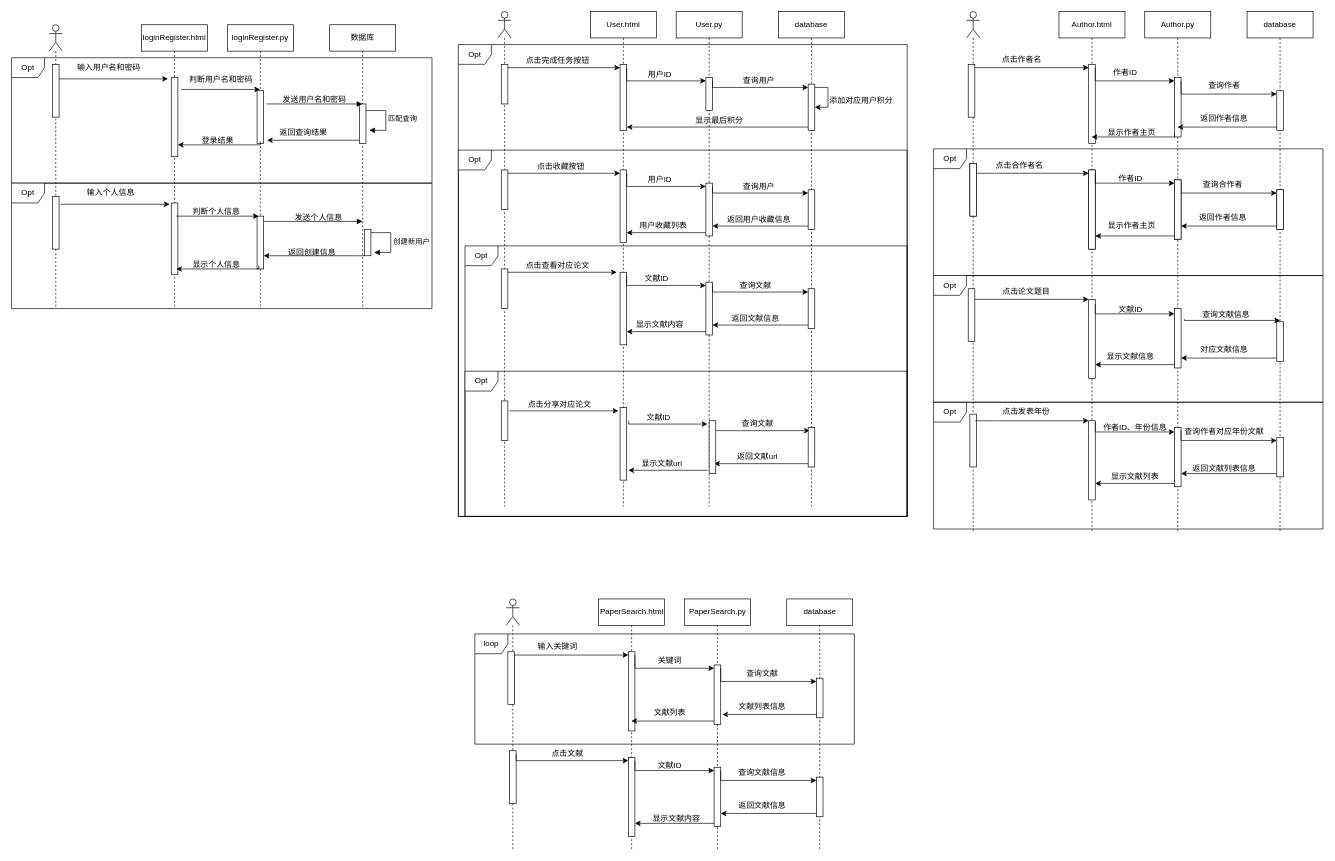
The draw.io diagram 未命名绘图.drawio in yearnallover/step_into_chatgpt, before the edit. Source tidied: cells renumbered, new cells numbered last; positions are measured from the earlier drawing's top-left corner, leaving out a move shared by most shapes. Both pictures are drawn from the tidied source at 66%, with x=0, y=0 at pixel (11, 11).
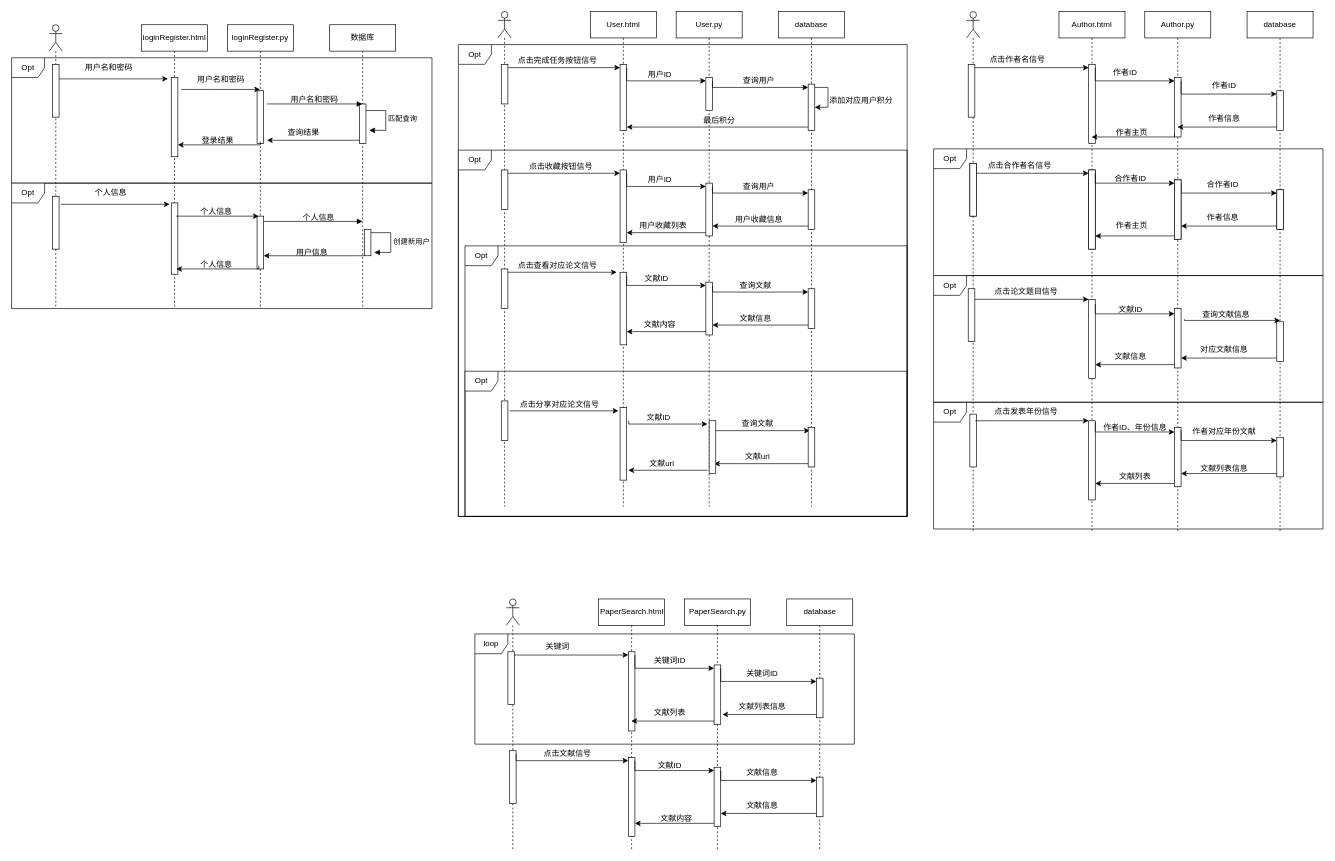
The same page after the edit.

Commit message (it also covers changes not shown here):
更新未命名绘图.drawio

The change refers to these unchanged cells:
```xml
<mxCell id="54" value="Opt" style="shape=umlFrame;whiteSpace=wrap;html=1;width=50;" parent="1" vertex="1">
  <mxGeometry x="677" y="50" width="680" height="715" as="geometry" />
</mxCell>
<mxCell id="55" value="Opt" style="shape=umlFrame;whiteSpace=wrap;html=1;width=50;" parent="54" vertex="1">
  <mxGeometry y="160" width="680" height="555" as="geometry" />
</mxCell>
<mxCell id="67" value="Opt" style="shape=umlFrame;whiteSpace=wrap;html=1;width=50;" parent="55" vertex="1">
  <mxGeometry x="10" y="145" width="670" height="410" as="geometry" />
</mxCell>
<mxCell id="68" value="Opt" style="shape=umlFrame;whiteSpace=wrap;html=1;width=50;" parent="67" vertex="1">
  <mxGeometry y="190" width="670" height="220" as="geometry" />
</mxCell>
<mxCell id="139" value="database" style="shape=umlLifeline;perimeter=lifelinePerimeter;whiteSpace=wrap;html=1;newEdgeStyle={&quot;edgeStyle&quot;:&quot;elbowEdgeStyle&quot;,&quot;elbow&quot;:&quot;vertical&quot;,&quot;curved&quot;:0,&quot;rounded&quot;:0};" parent="1" vertex="1">
  <mxGeometry x="1872" width="100" height="790" as="geometry" />
</mxCell>
<mxCell id="172" value="Opt" style="shape=umlFrame;whiteSpace=wrap;html=1;width=50;" parent="1" vertex="1">
  <mxGeometry x="1397" y="208" width="590" height="192" as="geometry" />
</mxCell>
<mxCell id="174" value="Opt" style="shape=umlFrame;whiteSpace=wrap;html=1;width=50;" parent="1" vertex="1">
  <mxGeometry x="1397" y="592" width="590" height="192" as="geometry" />
</mxCell>
<mxCell id="188" value="Opt" style="shape=umlFrame;whiteSpace=wrap;html=1;width=50;" parent="1" vertex="1">
  <mxGeometry x="1397" y="400" width="590" height="192" as="geometry" />
</mxCell>
```

Change to the diagram source:
```diff
@@
-    <mxCell id="12" value="输入用户名和密码" style="text;html=1;align=center;verticalAlign=middle;strokeColor=none;fillColor=none;" parent="1" vertex="1">
-      <mxGeometry x="87" y="70" width="120" height="30" as="geometry" />
+    <mxCell id="12" value="用户名和密码" style="text;html=1;align=center;verticalAlign=middle;strokeColor=none;fillColor=none;" parent="1" vertex="1">
+      <mxGeometry x="97" y="70" width="100" height="30" as="geometry" />
     </mxCell>
@@
-    <mxCell id="14" value="&amp;nbsp;发送用户名和密码" style="text;html=1;align=center;verticalAlign=middle;strokeColor=none;fillColor=none;" parent="1" vertex="1">
-      <mxGeometry x="397" y="118" width="120" height="30" as="geometry" />
+    <mxCell id="14" value="&amp;nbsp;用户名和密码" style="text;html=1;align=center;verticalAlign=middle;strokeColor=none;fillColor=none;" parent="1" vertex="1">
+      <mxGeometry x="407" y="118" width="100" height="30" as="geometry" />
     </mxCell>
@@
-    <mxCell id="16" value="返回查询结果" style="text;html=1;align=center;verticalAlign=middle;strokeColor=none;fillColor=none;" parent="1" vertex="1">
-      <mxGeometry x="392" y="168" width="100" height="30" as="geometry" />
+    <mxCell id="16" value="查询结果" style="text;html=1;align=center;verticalAlign=middle;strokeColor=none;fillColor=none;" parent="1" vertex="1">
+      <mxGeometry x="407" y="168" width="70" height="30" as="geometry" />
     </mxCell>
@@
-    <mxCell id="21" value="判断用户名和密码" style="text;html=1;align=center;verticalAlign=middle;strokeColor=none;fillColor=none;" parent="1" vertex="1">
-      <mxGeometry x="257" y="88" width="120" height="30" as="geometry" />
+    <mxCell id="21" value="用户名和密码" style="text;html=1;align=center;verticalAlign=middle;strokeColor=none;fillColor=none;" parent="1" vertex="1">
+      <mxGeometry x="267" y="88" width="100" height="30" as="geometry" />
     </mxCell>
@@
-    <mxCell id="60" value="点击收藏按钮" style="text;html=1;align=center;verticalAlign=middle;strokeColor=none;fillColor=none;" parent="55" vertex="1">
-      <mxGeometry x="105" y="10" width="100" height="30" as="geometry" />
+    <mxCell id="60" value="点击收藏按钮信号" style="text;html=1;align=center;verticalAlign=middle;strokeColor=none;fillColor=none;" parent="55" vertex="1">
+      <mxGeometry x="95" y="10" width="120" height="30" as="geometry" />
     </mxCell>
@@
-    <mxCell id="65" value="返回用户收藏信息" style="text;html=1;align=center;verticalAlign=middle;strokeColor=none;fillColor=none;" parent="55" vertex="1">
-      <mxGeometry x="395" y="90" width="120" height="30" as="geometry" />
+    <mxCell id="65" value="用户收藏信息" style="text;html=1;align=center;verticalAlign=middle;strokeColor=none;fillColor=none;" parent="55" vertex="1">
+      <mxGeometry x="405" y="90" width="100" height="30" as="geometry" />
     </mxCell>
@@
-    <mxCell id="70" value="点击分享对应论文" style="text;html=1;align=center;verticalAlign=middle;strokeColor=none;fillColor=none;" parent="68" vertex="1">
-      <mxGeometry x="82.5" y="35" width="120" height="30" as="geometry" />
+    <mxCell id="70" value="点击分享对应论文信号" style="text;html=1;align=center;verticalAlign=middle;strokeColor=none;fillColor=none;" parent="68" vertex="1">
+      <mxGeometry x="72.5" y="35" width="140" height="30" as="geometry" />
     </mxCell>
@@
-    <mxCell id="73" value="返回文献url" style="text;html=1;align=center;verticalAlign=middle;strokeColor=none;fillColor=none;" parent="68" vertex="1">
-      <mxGeometry x="402.5" y="115" width="80" height="30" as="geometry" />
+    <mxCell id="73" value="文献url" style="text;html=1;align=center;verticalAlign=middle;strokeColor=none;fillColor=none;" parent="68" vertex="1">
+      <mxGeometry x="412.5" y="115" width="60" height="30" as="geometry" />
     </mxCell>
-    <mxCell id="74" value="显示文献url" style="text;html=1;align=center;verticalAlign=middle;strokeColor=none;fillColor=none;" parent="68" vertex="1">
-      <mxGeometry x="257.5" y="125" width="80" height="30" as="geometry" />
+    <mxCell id="74" value="文献url" style="text;html=1;align=center;verticalAlign=middle;strokeColor=none;fillColor=none;" parent="68" vertex="1">
+      <mxGeometry x="267.5" y="125" width="60" height="30" as="geometry" />
     </mxCell>
@@
-    <mxCell id="82" value="点击查看对应论文" style="text;html=1;align=center;verticalAlign=middle;strokeColor=none;fillColor=none;" parent="67" vertex="1">
-      <mxGeometry x="80" y="15" width="120" height="30" as="geometry" />
+    <mxCell id="82" value="点击查看对应论文信号" style="text;html=1;align=center;verticalAlign=middle;strokeColor=none;fillColor=none;" parent="67" vertex="1">
+      <mxGeometry x="70" y="15" width="140" height="30" as="geometry" />
     </mxCell>
@@
-    <mxCell id="85" value="返回文献信息" style="text;html=1;align=center;verticalAlign=middle;strokeColor=none;fillColor=none;" parent="67" vertex="1">
-      <mxGeometry x="390" y="95" width="100" height="30" as="geometry" />
+    <mxCell id="85" value="文献信息" style="text;html=1;align=center;verticalAlign=middle;strokeColor=none;fillColor=none;" parent="67" vertex="1">
+      <mxGeometry x="405" y="95" width="70" height="30" as="geometry" />
     </mxCell>
-    <mxCell id="86" value="显示文献内容" style="text;html=1;align=center;verticalAlign=middle;strokeColor=none;fillColor=none;" parent="67" vertex="1">
-      <mxGeometry x="245" y="105" width="100" height="30" as="geometry" />
+    <mxCell id="86" value="文献内容" style="text;html=1;align=center;verticalAlign=middle;strokeColor=none;fillColor=none;" parent="67" vertex="1">
+      <mxGeometry x="260" y="105" width="70" height="30" as="geometry" />
     </mxCell>
@@
-    <mxCell id="88" value="点击完成任务按钮" style="text;html=1;align=center;verticalAlign=middle;strokeColor=none;fillColor=none;" parent="54" vertex="1">
-      <mxGeometry x="90" y="10" width="120" height="30" as="geometry" />
+    <mxCell id="88" value="点击完成任务按钮信号" style="text;html=1;align=center;verticalAlign=middle;strokeColor=none;fillColor=none;" parent="54" vertex="1">
+      <mxGeometry x="80" y="10" width="140" height="30" as="geometry" />
     </mxCell>
@@
-    <mxCell id="92" value="显示最后积分" style="text;html=1;align=center;verticalAlign=middle;strokeColor=none;fillColor=none;" parent="54" vertex="1">
-      <mxGeometry x="345" y="100" width="100" height="30" as="geometry" />
+    <mxCell id="92" value="最后积分" style="text;html=1;align=center;verticalAlign=middle;strokeColor=none;fillColor=none;" parent="54" vertex="1">
+      <mxGeometry x="360" y="100" width="70" height="30" as="geometry" />
     </mxCell>
@@
-    <mxCell id="98" value="输入个人信息" style="text;html=1;align=center;verticalAlign=middle;strokeColor=none;fillColor=none;" parent="1" vertex="1">
-      <mxGeometry x="99.5" y="260" width="100" height="30" as="geometry" />
+    <mxCell id="98" value="个人信息" style="text;html=1;align=center;verticalAlign=middle;strokeColor=none;fillColor=none;" parent="1" vertex="1">
+      <mxGeometry x="114.5" y="260" width="70" height="30" as="geometry" />
     </mxCell>
@@
-    <mxCell id="100" value="发送个人信息" style="text;html=1;align=center;verticalAlign=middle;strokeColor=none;fillColor=none;" parent="1" vertex="1">
-      <mxGeometry x="414.5" y="298" width="100" height="30" as="geometry" />
+    <mxCell id="100" value="个人信息" style="text;html=1;align=center;verticalAlign=middle;strokeColor=none;fillColor=none;" parent="1" vertex="1">
+      <mxGeometry x="429.5" y="298" width="70" height="30" as="geometry" />
     </mxCell>
@@
-    <mxCell id="102" value="返回创建信息" style="text;html=1;align=center;verticalAlign=middle;strokeColor=none;fillColor=none;" parent="1" vertex="1">
-      <mxGeometry x="404.5" y="350" width="100" height="30" as="geometry" />
+    <mxCell id="102" value="用户信息" style="text;html=1;align=center;verticalAlign=middle;strokeColor=none;fillColor=none;" parent="1" vertex="1">
+      <mxGeometry x="419.5" y="350" width="70" height="30" as="geometry" />
     </mxCell>
@@
-    <mxCell id="104" value="判断个人信息" style="text;html=1;align=center;verticalAlign=middle;strokeColor=none;fillColor=none;" parent="1" vertex="1">
-      <mxGeometry x="259.5" y="288" width="100" height="30" as="geometry" />
+    <mxCell id="104" value="个人信息" style="text;html=1;align=center;verticalAlign=middle;strokeColor=none;fillColor=none;" parent="1" vertex="1">
+      <mxGeometry x="274.5" y="288" width="70" height="30" as="geometry" />
     </mxCell>
@@
-    <mxCell id="106" value="显示个人信息" style="text;html=1;align=center;verticalAlign=middle;strokeColor=none;fillColor=none;" parent="1" vertex="1">
-      <mxGeometry x="259.5" y="368" width="100" height="30" as="geometry" />
+    <mxCell id="106" value="个人信息" style="text;html=1;align=center;verticalAlign=middle;strokeColor=none;fillColor=none;" parent="1" vertex="1">
+      <mxGeometry x="274.5" y="368" width="70" height="30" as="geometry" />
     </mxCell>
@@
-    <mxCell id="116" value="输入关键词" style="text;html=1;align=center;verticalAlign=middle;strokeColor=none;fillColor=none;" parent="1" vertex="1">
-      <mxGeometry x="787" y="948" width="80" height="30" as="geometry" />
+    <mxCell id="116" value="关键词" style="text;html=1;align=center;verticalAlign=middle;strokeColor=none;fillColor=none;" parent="1" vertex="1">
+      <mxGeometry x="797" y="948" width="60" height="30" as="geometry" />
     </mxCell>
@@
-    <mxCell id="119" value="关键词" style="text;html=1;align=center;verticalAlign=middle;strokeColor=none;fillColor=none;" parent="1" vertex="1">
-      <mxGeometry x="967" y="968" width="60" height="30" as="geometry" />
+    <mxCell id="119" value="关键词ID" style="text;html=1;align=center;verticalAlign=middle;strokeColor=none;fillColor=none;" parent="1" vertex="1">
+      <mxGeometry x="962" y="968" width="70" height="30" as="geometry" />
     </mxCell>
-    <mxCell id="120" value="查询文献" style="text;html=1;align=center;verticalAlign=middle;strokeColor=none;fillColor=none;" parent="1" vertex="1">
+    <mxCell id="120" value="关键词ID" style="text;html=1;align=center;verticalAlign=middle;strokeColor=none;fillColor=none;" parent="1" vertex="1">
       <mxGeometry x="1102" y="988" width="70" height="30" as="geometry" />
     </mxCell>
@@
-    <mxCell id="127" value="点击文献" style="text;html=1;align=center;verticalAlign=middle;strokeColor=none;fillColor=none;" parent="1" vertex="1">
-      <mxGeometry x="807" y="1110" width="70" height="30" as="geometry" />
+    <mxCell id="127" value="点击文献信号" style="text;html=1;align=center;verticalAlign=middle;strokeColor=none;fillColor=none;" parent="1" vertex="1">
+      <mxGeometry x="792" y="1110" width="100" height="30" as="geometry" />
     </mxCell>
@@
-    <mxCell id="131" value="查询文献信息" style="text;html=1;align=center;verticalAlign=middle;strokeColor=none;fillColor=none;" parent="1" vertex="1">
-      <mxGeometry x="1087" y="1138" width="100" height="30" as="geometry" />
+    <mxCell id="131" value="文献信息" style="text;html=1;align=center;verticalAlign=middle;strokeColor=none;fillColor=none;" parent="1" vertex="1">
+      <mxGeometry x="1102" y="1138" width="70" height="30" as="geometry" />
     </mxCell>
@@
-    <mxCell id="133" value="返回文献信息" style="text;html=1;align=center;verticalAlign=middle;strokeColor=none;fillColor=none;" parent="1" vertex="1">
-      <mxGeometry x="1087" y="1188" width="100" height="30" as="geometry" />
+    <mxCell id="133" value="文献信息" style="text;html=1;align=center;verticalAlign=middle;strokeColor=none;fillColor=none;" parent="1" vertex="1">
+      <mxGeometry x="1102" y="1188" width="70" height="30" as="geometry" />
     </mxCell>
@@
-    <mxCell id="135" value="显示文献内容" style="text;html=1;align=center;verticalAlign=middle;strokeColor=none;fillColor=none;" parent="1" vertex="1">
-      <mxGeometry x="957" y="1208" width="100" height="30" as="geometry" />
+    <mxCell id="135" value="文献内容" style="text;html=1;align=center;verticalAlign=middle;strokeColor=none;fillColor=none;" parent="1" vertex="1">
+      <mxGeometry x="972" y="1208" width="70" height="30" as="geometry" />
     </mxCell>
@@
-    <mxCell id="148" value="作者ID" style="text;html=1;align=center;verticalAlign=middle;strokeColor=none;fillColor=none;" parent="139" vertex="1">
-      <mxGeometry x="-207.5" y="238" width="60" height="30" as="geometry" />
+    <mxCell id="148" value="合作者ID" style="text;html=1;align=center;verticalAlign=middle;strokeColor=none;fillColor=none;" parent="139" vertex="1">
+      <mxGeometry x="-212.5" y="238" width="70" height="30" as="geometry" />
     </mxCell>
@@
-    <mxCell id="150" value="查询合作者" style="text;html=1;align=center;verticalAlign=middle;strokeColor=none;fillColor=none;" parent="139" vertex="1">
-      <mxGeometry x="-77.5" y="248" width="80" height="30" as="geometry" />
+    <mxCell id="150" value="合作者ID" style="text;html=1;align=center;verticalAlign=middle;strokeColor=none;fillColor=none;" parent="139" vertex="1">
+      <mxGeometry x="-72.5" y="248" width="70" height="30" as="geometry" />
     </mxCell>
@@
-    <mxCell id="152" value="返回作者信息" style="text;html=1;align=center;verticalAlign=middle;strokeColor=none;fillColor=none;" parent="139" vertex="1">
-      <mxGeometry x="-87.5" y="298" width="100" height="30" as="geometry" />
+    <mxCell id="152" value="作者信息" style="text;html=1;align=center;verticalAlign=middle;strokeColor=none;fillColor=none;" parent="139" vertex="1">
+      <mxGeometry x="-72.5" y="298" width="70" height="30" as="geometry" />
     </mxCell>
@@
-    <mxCell id="163" value="&lt;span style=&quot;white-space: pre;&quot;&gt;&#9;&lt;/span&gt;点击作者名" style="text;html=1;align=center;verticalAlign=middle;strokeColor=none;fillColor=none;" parent="1" vertex="1">
-      <mxGeometry x="1462" y="58" width="110" height="30" as="geometry" />
+    <mxCell id="163" value="&lt;span style=&quot;&quot;&gt;&lt;span style=&quot;white-space: pre;&quot;&gt;&amp;nbsp;&amp;nbsp;&amp;nbsp;&amp;nbsp;&lt;/span&gt;&lt;/span&gt;点击作者名信号" style="text;html=1;align=center;verticalAlign=middle;strokeColor=none;fillColor=none;" parent="1" vertex="1">
+      <mxGeometry x="1457" y="58" width="120" height="30" as="geometry" />
     </mxCell>
@@
-    <mxCell id="167" value="查询作者" style="text;html=1;align=center;verticalAlign=middle;strokeColor=none;fillColor=none;" parent="1" vertex="1">
-      <mxGeometry x="1802" y="98" width="70" height="30" as="geometry" />
+    <mxCell id="167" value="作者ID" style="text;html=1;align=center;verticalAlign=middle;strokeColor=none;fillColor=none;" parent="1" vertex="1">
+      <mxGeometry x="1807" y="98" width="60" height="30" as="geometry" />
     </mxCell>
@@
-    <mxCell id="169" value="返回作者信息" style="text;html=1;align=center;verticalAlign=middle;strokeColor=none;fillColor=none;" parent="1" vertex="1">
-      <mxGeometry x="1787" y="148" width="100" height="30" as="geometry" />
+    <mxCell id="169" value="作者信息" style="text;html=1;align=center;verticalAlign=middle;strokeColor=none;fillColor=none;" parent="1" vertex="1">
+      <mxGeometry x="1802" y="148" width="70" height="30" as="geometry" />
     </mxCell>
@@
-    <mxCell id="171" value="显示作者主页" style="text;html=1;align=center;verticalAlign=middle;strokeColor=none;fillColor=none;" parent="1" vertex="1">
-      <mxGeometry x="1647" y="168" width="100" height="30" as="geometry" />
+    <mxCell id="171" value="作者主页" style="text;html=1;align=center;verticalAlign=middle;strokeColor=none;fillColor=none;" parent="1" vertex="1">
+      <mxGeometry x="1662" y="168" width="70" height="30" as="geometry" />
     </mxCell>
@@
-    <mxCell id="173" value="显示作者主页" style="text;html=1;align=center;verticalAlign=middle;strokeColor=none;fillColor=none;" parent="172" vertex="1">
-      <mxGeometry x="250" y="102" width="100" height="30" as="geometry" />
+    <mxCell id="173" value="作者主页" style="text;html=1;align=center;verticalAlign=middle;strokeColor=none;fillColor=none;" parent="172" vertex="1">
+      <mxGeometry x="265" y="102" width="70" height="30" as="geometry" />
     </mxCell>
@@
-    <mxCell id="181" value="点击发表年份" style="text;html=1;align=center;verticalAlign=middle;strokeColor=none;fillColor=none;" parent="174" vertex="1">
-      <mxGeometry x="90" width="100" height="30" as="geometry" />
+    <mxCell id="181" value="点击发表年份信号" style="text;html=1;align=center;verticalAlign=middle;strokeColor=none;fillColor=none;" parent="174" vertex="1">
+      <mxGeometry x="80" width="120" height="30" as="geometry" />
     </mxCell>
@@
-    <mxCell id="185" value="查询作者对应年份文献" style="text;html=1;align=center;verticalAlign=middle;strokeColor=none;fillColor=none;" parent="174" vertex="1">
-      <mxGeometry x="370" y="30" width="140" height="30" as="geometry" />
+    <mxCell id="185" value="作者对应年份文献" style="text;html=1;align=center;verticalAlign=middle;strokeColor=none;fillColor=none;" parent="174" vertex="1">
+      <mxGeometry x="380" y="30" width="120" height="30" as="geometry" />
     </mxCell>
@@
-    <mxCell id="187" value="显示文献列表" style="text;html=1;align=center;verticalAlign=middle;strokeColor=none;fillColor=none;" parent="174" vertex="1">
-      <mxGeometry x="255" y="98" width="100" height="30" as="geometry" />
+    <mxCell id="187" value="文献列表" style="text;html=1;align=center;verticalAlign=middle;strokeColor=none;fillColor=none;" parent="174" vertex="1">
+      <mxGeometry x="270" y="98" width="70" height="30" as="geometry" />
     </mxCell>
@@
-    <mxCell id="192" value="点击论文题目" style="text;html=1;align=center;verticalAlign=middle;strokeColor=none;fillColor=none;" parent="188" vertex="1">
-      <mxGeometry x="90" y="10" width="100" height="30" as="geometry" />
+    <mxCell id="192" value="点击论文题目信号" style="text;html=1;align=center;verticalAlign=middle;strokeColor=none;fillColor=none;" parent="188" vertex="1">
+      <mxGeometry x="80" y="10" width="120" height="30" as="geometry" />
     </mxCell>
@@
-    <mxCell id="197" value="显示文献信息" style="text;html=1;align=center;verticalAlign=middle;strokeColor=none;fillColor=none;" parent="188" vertex="1">
-      <mxGeometry x="247.5" y="108" width="100" height="30" as="geometry" />
+    <mxCell id="197" value="文献信息" style="text;html=1;align=center;verticalAlign=middle;strokeColor=none;fillColor=none;" parent="188" vertex="1">
+      <mxGeometry x="262.5" y="108" width="70" height="30" as="geometry" />
     </mxCell>
-    <mxCell id="198" value="点击合作者名" style="text;html=1;align=center;verticalAlign=middle;strokeColor=none;fillColor=none;" parent="1" vertex="1">
-      <mxGeometry x="1477" y="218" width="100" height="30" as="geometry" />
+    <mxCell id="198" value="点击合作者名信号" style="text;html=1;align=center;verticalAlign=middle;strokeColor=none;fillColor=none;" parent="1" vertex="1">
+      <mxGeometry x="1467" y="218" width="120" height="30" as="geometry" />
     </mxCell>
-    <mxCell id="199" value="返回文献列表信息" style="text;html=1;align=center;verticalAlign=middle;strokeColor=none;fillColor=none;" parent="1" vertex="1">
-      <mxGeometry x="1777" y="678" width="120" height="30" as="geometry" />
+    <mxCell id="199" value="文献列表信息" style="text;html=1;align=center;verticalAlign=middle;strokeColor=none;fillColor=none;" parent="1" vertex="1">
+      <mxGeometry x="1787" y="678" width="100" height="30" as="geometry" />
     </mxCell>
```
